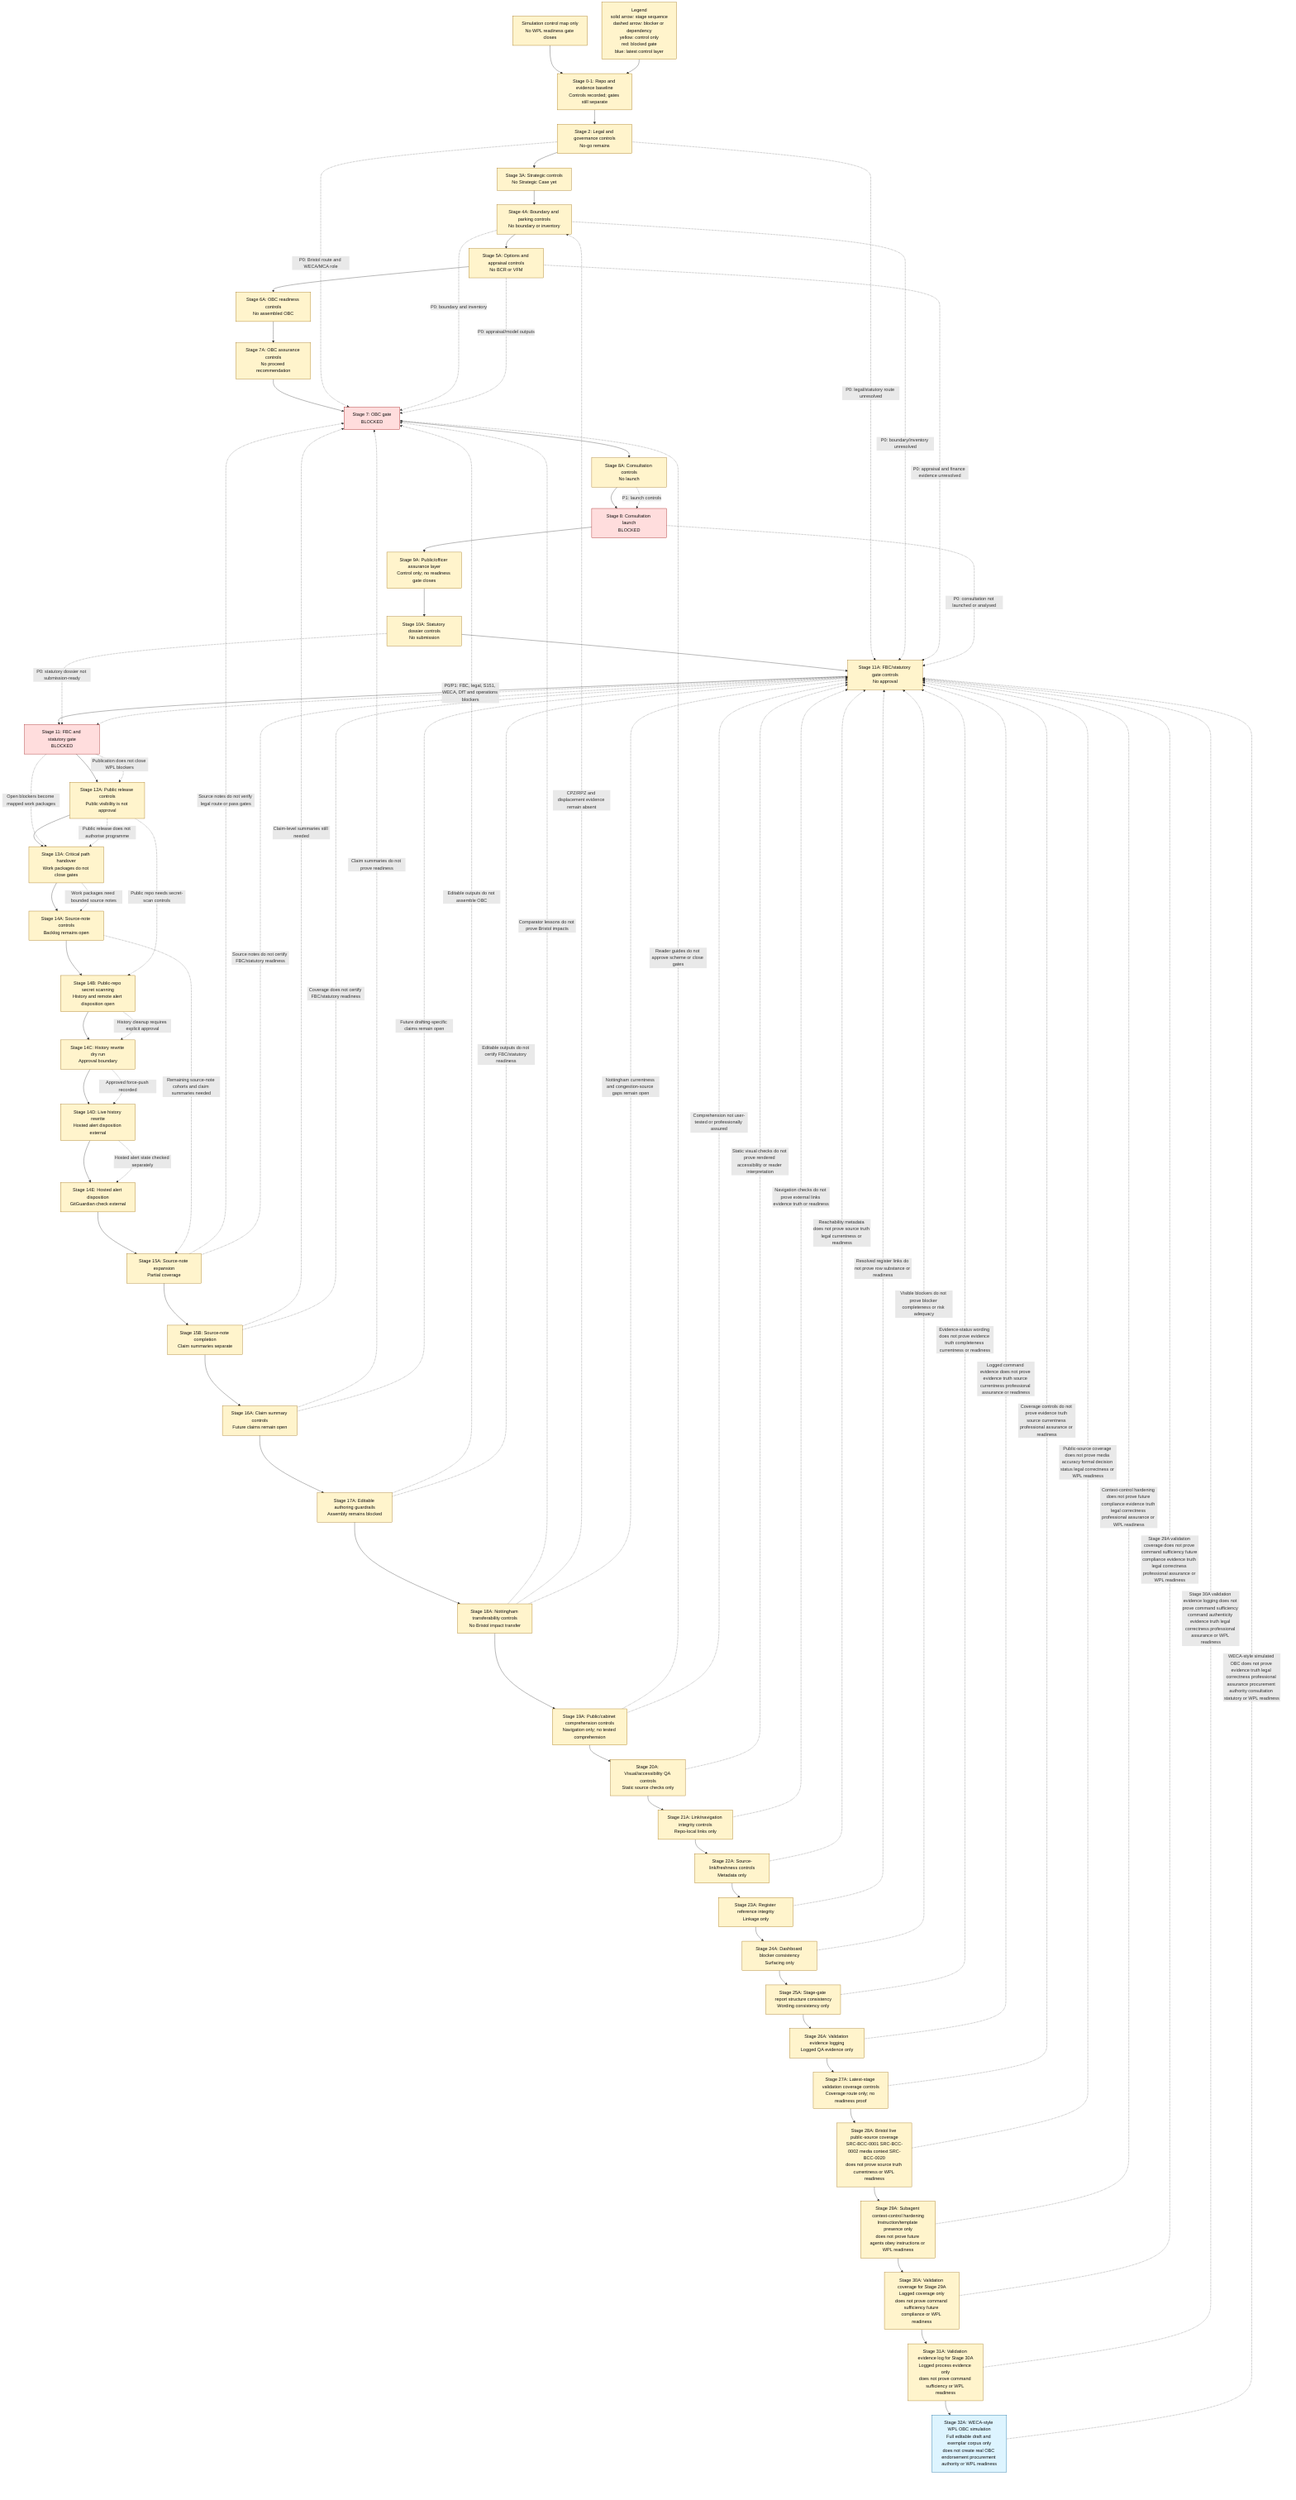
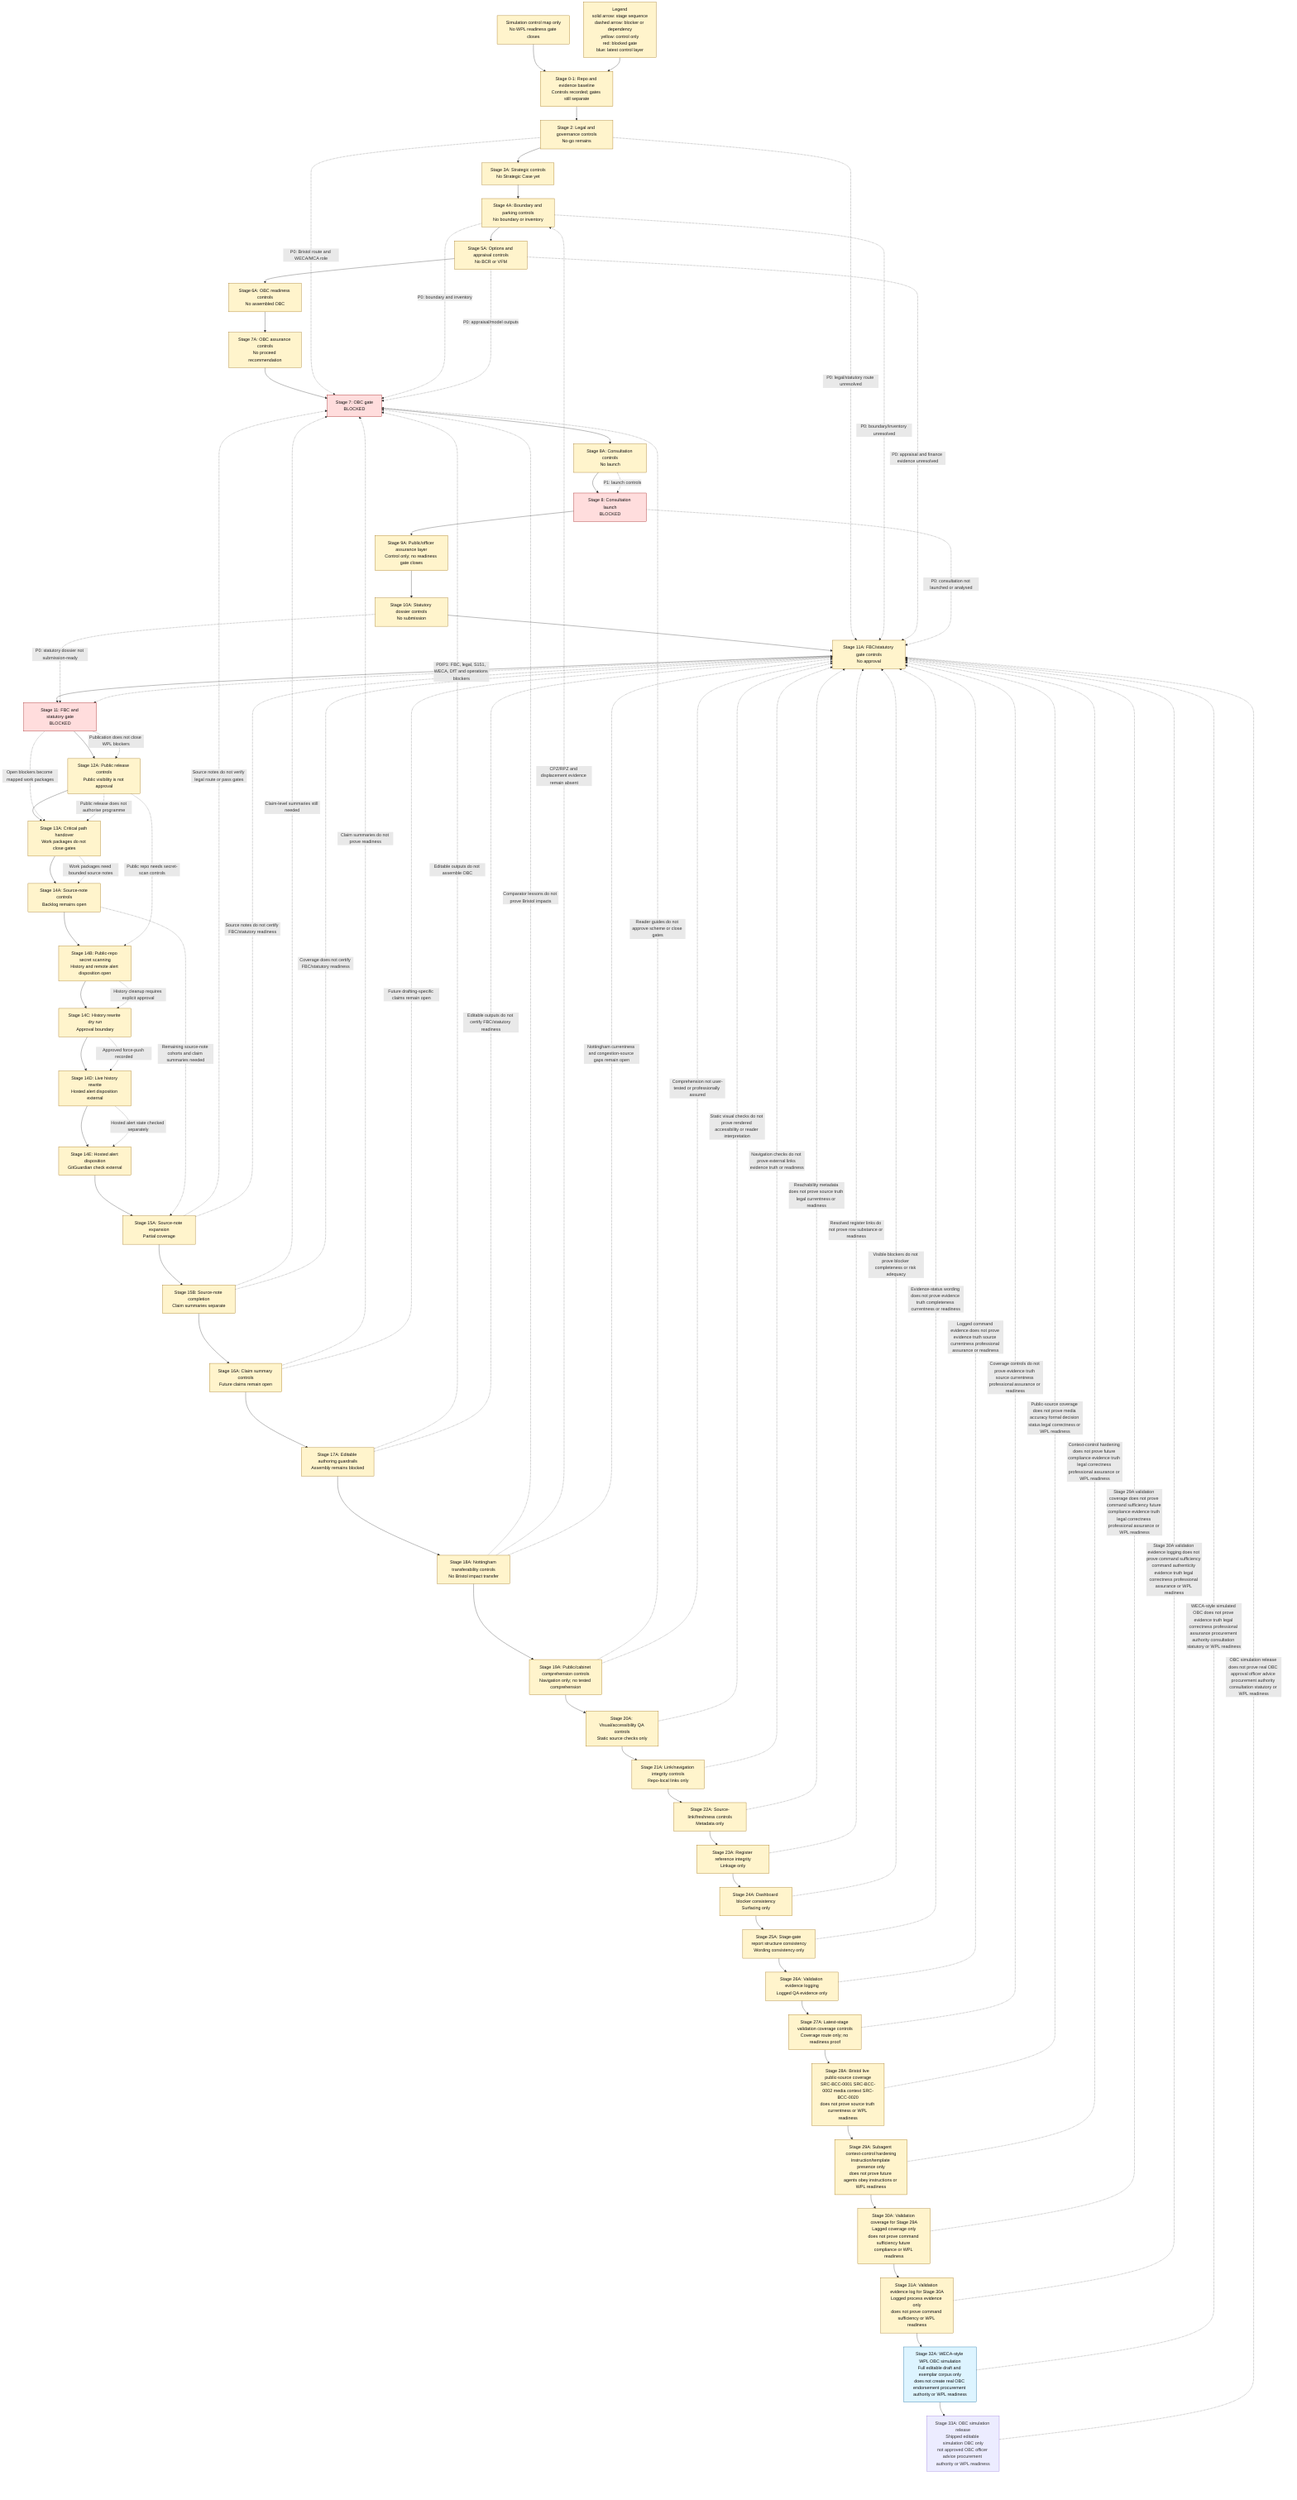
flowchart TD
    Caption["Simulation control map only<br/>No WPL readiness gate closes"]
    Legend["Legend<br/>solid arrow: stage sequence<br/>dashed arrow: blocker or dependency<br/>yellow: control only<br/>red: blocked gate<br/>blue: latest control layer"]
    Caption --> A
    Legend --> A
    A["Stage 0-1: Repo and evidence baseline<br/>Controls recorded; gates still separate"] --> B["Stage 2: Legal and governance controls<br/>No-go remains"]
    B --> C["Stage 3A: Strategic controls<br/>No Strategic Case yet"]
    C --> D["Stage 4A: Boundary and parking controls<br/>No boundary or inventory"]
    D --> E["Stage 5A: Options and appraisal controls<br/>No BCR or VFM"]
    E --> F["Stage 6A: OBC readiness controls<br/>No assembled OBC"]
    F --> F2["Stage 7A: OBC assurance controls<br/>No proceed recommendation"]
    F2 --> G["Stage 7: OBC gate<br/>BLOCKED"]
    G --> H["Stage 8A: Consultation controls<br/>No launch"]
    H --> I["Stage 8: Consultation launch<br/>BLOCKED"]
    I --> J["Stage 9A: Public/officer assurance layer<br/>Control only; no readiness gate closes"]
    J --> J2["Stage 10A: Statutory dossier controls<br/>No submission"]
    J2 --> K2["Stage 11A: FBC/statutory gate controls<br/>No approval"]
    K2 --> K["Stage 11: FBC and statutory gate<br/>BLOCKED"]
    K --> L["Stage 12A: Public release controls<br/>Public visibility is not approval"]
    L --> M["Stage 13A: Critical path handover<br/>Work packages do not close gates"]
    M --> N["Stage 14A: Source-note controls<br/>Backlog remains open"]
    N --> O["Stage 14B: Public-repo secret scanning<br/>History and remote alert disposition open"]
    O --> P["Stage 14C: History rewrite dry run<br/>Approval boundary"]
    P --> Q["Stage 14D: Live history rewrite<br/>Hosted alert disposition external"]
    Q --> R["Stage 14E: Hosted alert disposition<br/>GitGuardian check external"]
    R --> S["Stage 15A: Source-note expansion<br/>Partial coverage"]
    S --> T["Stage 15B: Source-note completion<br/>Claim summaries separate"]
    T --> U["Stage 16A: Claim summary controls<br/>Future claims remain open"]
    U --> V["Stage 17A: Editable authoring guardrails<br/>Assembly remains blocked"]
    V --> W["Stage 18A: Nottingham transferability controls<br/>No Bristol impact transfer"]
    W --> X["Stage 19A: Public/cabinet comprehension controls<br/>Navigation only; no tested comprehension"]
    X --> Y["Stage 20A: Visual/accessibility QA controls<br/>Static source checks only"]
    Y --> Z["Stage 21A: Link/navigation integrity controls<br/>Repo-local links only"]
    Z --> AA["Stage 22A: Source-link/freshness controls<br/>Metadata only"]
    AA --> AB["Stage 23A: Register reference integrity<br/>Linkage only"]
    AB --> AC["Stage 24A: Dashboard blocker consistency<br/>Surfacing only"]
    AC --> AD["Stage 25A: Stage-gate report structure consistency<br/>Wording consistency only"]
    AD --> AE["Stage 26A: Validation evidence logging<br/>Logged QA evidence only"]
    AE --> AF["Stage 27A: Latest-stage validation coverage controls<br/>Coverage route only; no readiness proof"]
    AF --> AG["Stage 28A: Bristol live public-source coverage<br/>SRC-BCC-0001 SRC-BCC-0002 media context SRC-BCC-0020<br/>does not prove source truth currentness or WPL readiness"]
    AG --> AH["Stage 29A: Subagent context-control hardening<br/>Instruction/template presence only<br/>does not prove future agents obey instructions or WPL readiness"]
    AH --> AI["Stage 30A: Validation coverage for Stage 29A<br/>Lagged coverage only<br/>does not prove command sufficiency future compliance or WPL readiness"]
    AI --> AJ["Stage 31A: Validation evidence log for Stage 30A<br/>Logged process evidence only<br/>does not prove command sufficiency or WPL readiness"]
    AJ --> AK["Stage 32A: WECA-style WPL OBC simulation<br/>Full editable draft and exemplar corpus only<br/>does not create real OBC endorsement procurement authority or WPL readiness"]
+     AK --> AL["Stage 33A: OBC simulation release<br/>Shipped editable simulation OBC only<br/>not approved OBC officer advice procurement authority or WPL readiness"]

    B -. "P0: Bristol route and WECA/MCA role" .-> G
    D -. "P0: boundary and inventory" .-> G
    E -. "P0: appraisal/model outputs" .-> G
    H -. "P1: launch controls" .-> I
    B -. "P0: legal/statutory route unresolved" .-> K2
    D -. "P0: boundary/inventory unresolved" .-> K2
    E -. "P0: appraisal and finance evidence unresolved" .-> K2
    I -. "P0: consultation not launched or analysed" .-> K2
    J2 -. "P0: statutory dossier not submission-ready" .-> K
    K2 -. "P0/P1: FBC, legal, S151, WECA, DfT and operations blockers" .-> K
    K -. "Publication does not close WPL blockers" .-> L
    K -. "Open blockers become mapped work packages" .-> M
    L -. "Public release does not authorise programme" .-> M
    M -. "Work packages need bounded source notes" .-> N
    L -. "Public repo needs secret-scan controls" .-> O
    O -. "History cleanup requires explicit approval" .-> P
    P -. "Approved force-push recorded" .-> Q
    Q -. "Hosted alert state checked separately" .-> R
    N -. "Remaining source-note cohorts and claim summaries needed" .-> S
    S -. "Source notes do not verify legal route or pass gates" .-> G
    S -. "Source notes do not certify FBC/statutory readiness" .-> K2
    T -. "Claim-level summaries still needed" .-> G
    T -. "Coverage does not certify FBC/statutory readiness" .-> K2
    U -. "Claim summaries do not prove readiness" .-> G
    U -. "Future drafting-specific claims remain open" .-> K2
    V -. "Editable outputs do not assemble OBC" .-> G
    V -. "Editable outputs do not certify FBC/statutory readiness" .-> K2
    W -. "Comparator lessons do not prove Bristol impacts" .-> G
    W -. "CPZ/RPZ and displacement evidence remain absent" .-> D
    W -. "Nottingham currentness and congestion-source gaps remain open" .-> K2
    X -. "Reader guides do not approve scheme or close gates" .-> G
    X -. "Comprehension not user-tested or professionally assured" .-> K2
    Y -. "Static visual checks do not prove rendered accessibility or reader interpretation" .-> K2
    Z -. "Navigation checks do not prove external links evidence truth or readiness" .-> K2
    AA -. "Reachability metadata does not prove source truth legal currentness or readiness" .-> K2
    AB -. "Resolved register links do not prove row substance or readiness" .-> K2
    AC -. "Visible blockers do not prove blocker completeness or risk adequacy" .-> K2
    AD -. "Evidence-status wording does not prove evidence truth completeness currentness or readiness" .-> K2
    AE -. "Logged command evidence does not prove evidence truth source currentness professional assurance or readiness" .-> K2
    AF -. "Coverage controls do not prove evidence truth source currentness professional assurance or readiness" .-> K2
    AG -. "Public-source coverage does not prove media accuracy formal decision status legal correctness or WPL readiness" .-> K2
    AH -. "Context-control hardening does not prove future compliance evidence truth legal correctness professional assurance or WPL readiness" .-> K2
    AI -. "Stage 29A validation coverage does not prove command sufficiency future compliance evidence truth legal correctness professional assurance or WPL readiness" .-> K2
    AJ -. "Stage 30A validation evidence logging does not prove command sufficiency command authenticity evidence truth legal correctness professional assurance or WPL readiness" .-> K2
    AK -. "WECA-style simulated OBC does not prove evidence truth legal correctness professional assurance procurement authority consultation statutory or WPL readiness" .-> K2
+     AL -. "OBC simulation release does not prove real OBC approval officer advice procurement authority consultation statutory or WPL readiness" .-> K2

    classDef blocked fill:#ffdddd,stroke:#990000,color:#111111;
    classDef control fill:#fff4cc,stroke:#996600,color:#111111;
    classDef current fill:#ddf4ff,stroke:#005f99,color:#111111;

    class G,I,K blocked;
    class A,B,C,D,E,F,F2,H,J,J2,K2,L,M,N,O,P,Q,R,S,T,U,V,W,X,Y,Z,AA,AB,AC,AD,AE,AF,AG,AH,AI,AJ,Caption,Legend control;
    class AK current;
